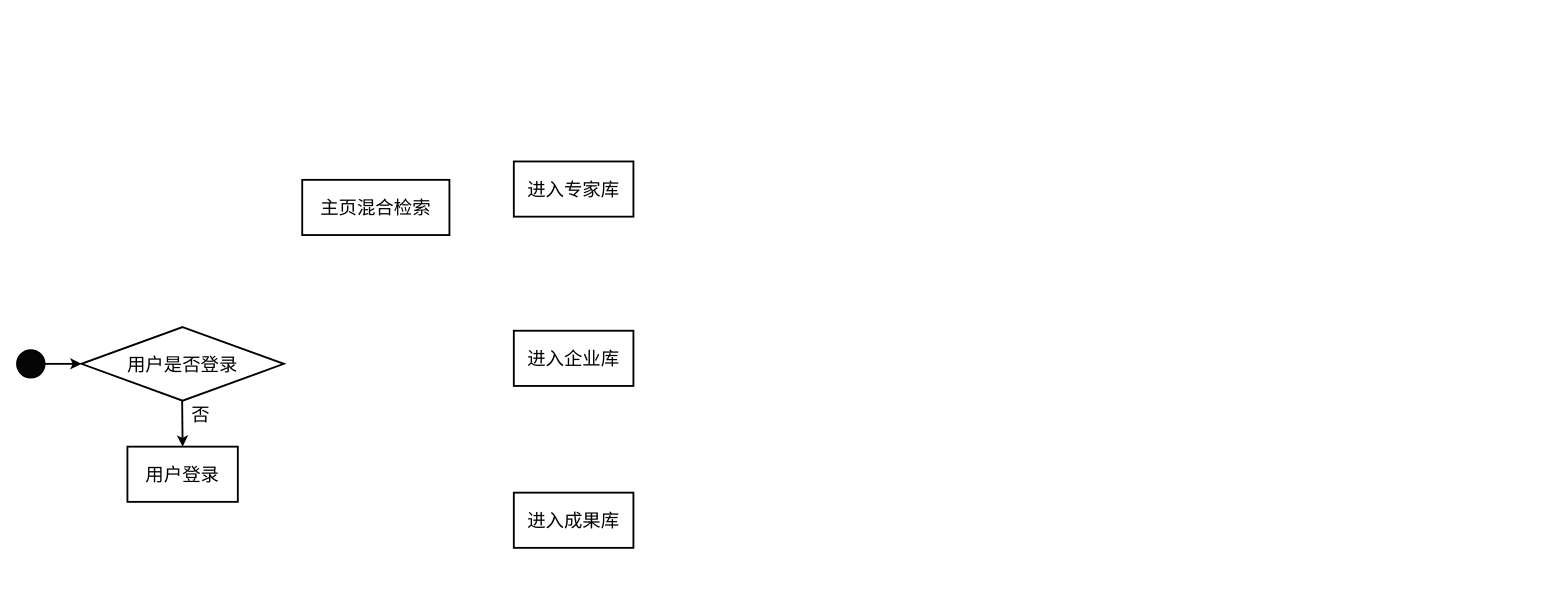
Before: 2024-BUAA-SE/需求规格书/信息检索模块-业务流程.drawio in jongsh/drawio, a draw.io diagram. Source tidied: cells renumbered, new cells numbered last; positions are measured from the earlier drawing's top-left corner, leaving out a move shared by most shapes. Both pictures are drawn from the tidied source at 92%, with x=0, y=0 at pixel (17, 161).
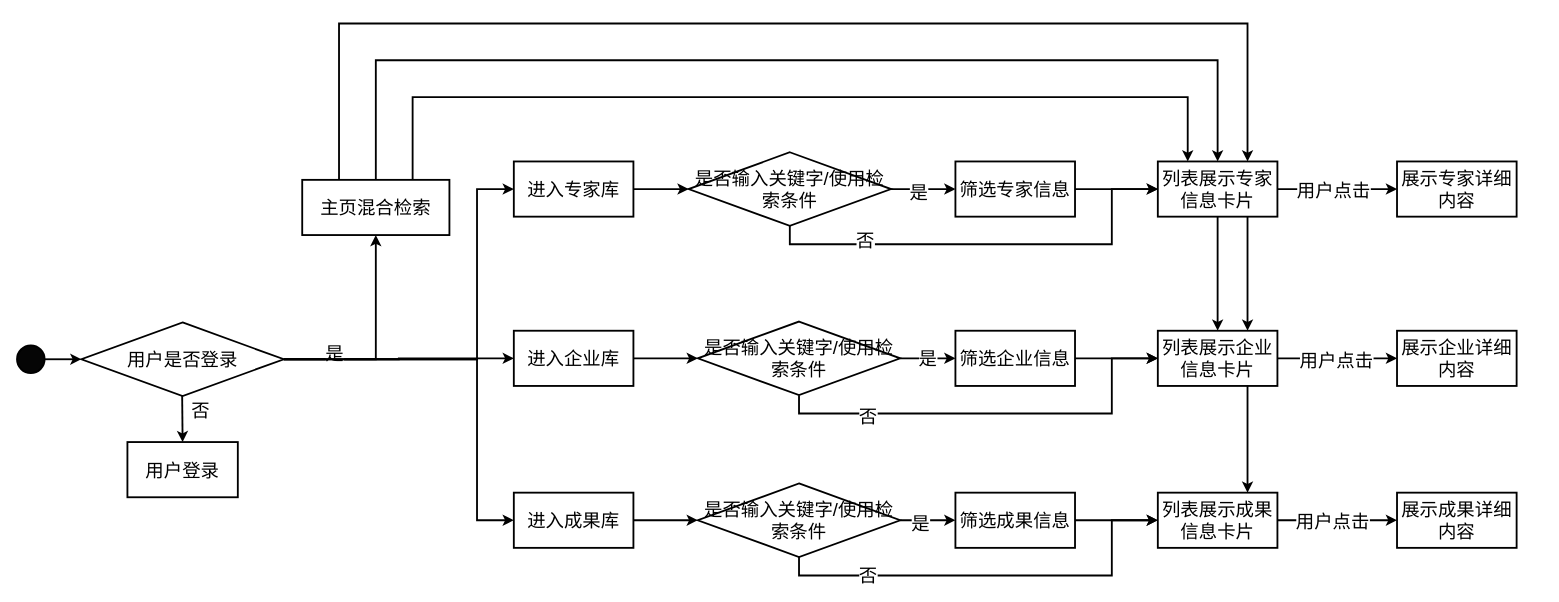
The same diagram, later.

Commit message (it also covers changes not shown here):
更新信息检索模块-业务流程.drawio

What changed in the source:
```diff
@@
-    <mxCell id="2" style="ellipse;whiteSpace=wrap;html=1;fillColor=#050505;strokeWidth=2;" parent="1" vertex="1">
-      <mxGeometry y="205" width="30" height="30" as="geometry" />
+    <mxCell id="2" style="ellipse;whiteSpace=wrap;html=1;fillColor=#050505;strokeWidth=2;fontSize=20;" parent="1" vertex="1">
+      <mxGeometry y="200" width="30" height="30" as="geometry" />
     </mxCell>
+    <mxCell id="17" style="edgeStyle=orthogonalEdgeStyle;rounded=0;jettySize=auto;html=1;exitX=1;exitY=0.5;exitDx=0;exitDy=0;entryX=0;entryY=0.5;entryDx=0;entryDy=0;fontSize=20;strokeWidth=2;" parent="1" edge="1" source="3" target="14">
+      <mxGeometry relative="1" as="geometry" />
+    </mxCell>
+    <mxCell id="18" style="edgeStyle=orthogonalEdgeStyle;rounded=0;jettySize=auto;html=1;exitX=1;exitY=0.5;exitDx=0;exitDy=0;entryX=0.5;entryY=1;entryDx=0;entryDy=0;fontSize=20;strokeWidth=2;" parent="1" edge="1" source="3" target="10">
+      <mxGeometry relative="1" as="geometry" />
+    </mxCell>
+    <mxCell id="19" value="是" style="edgeLabel;html=1;align=center;verticalAlign=middle;fontSize=20;" parent="18" vertex="1">
+      <mxGeometry x="-0.55" y="8" relative="1" as="geometry">
+        <mxPoint x="1" as="offset" />
+      </mxGeometry>
+    </mxCell>
+    <mxCell id="20" style="edgeStyle=orthogonalEdgeStyle;rounded=0;jettySize=auto;html=1;exitX=1;exitY=0.5;exitDx=0;exitDy=0;entryX=0;entryY=0.5;entryDx=0;entryDy=0;fontSize=20;strokeWidth=2;" parent="1" edge="1" source="3" target="16">
+      <mxGeometry relative="1" as="geometry">
+        <Array as="points">
+          <mxPoint x="500" y="215" />
+          <mxPoint x="500" y="390" />
+        </Array>
+      </mxGeometry>
+    </mxCell>
+    <mxCell id="21" style="edgeStyle=orthogonalEdgeStyle;rounded=0;orthogonalLoop=1;jettySize=auto;html=1;exitX=1;exitY=0.5;exitDx=0;exitDy=0;entryX=0;entryY=0.5;entryDx=0;entryDy=0;fontSize=20;strokeWidth=2;" parent="1" edge="1">
+      <mxGeometry relative="1" as="geometry">
+        <mxPoint x="290" y="215" as="sourcePoint" />
+        <mxPoint x="540" y="30" as="targetPoint" />
+        <Array as="points">
+          <mxPoint x="500" y="215" />
+          <mxPoint x="500" y="30" />
+        </Array>
+      </mxGeometry>
+    </mxCell>
-    <mxCell id="3" value="&lt;font style=&quot;font-size: 20px;&quot;&gt;用户是否登录&lt;/font&gt;" style="rhombus;whiteSpace=wrap;html=1;strokeWidth=2;" parent="1" vertex="1">
-      <mxGeometry x="70" y="180" width="220" height="80" as="geometry" />
+    <mxCell id="3" value="&lt;font style=&quot;font-size: 20px;&quot;&gt;用户是否登录&lt;/font&gt;" style="rhombus;whiteSpace=wrap;html=1;strokeWidth=2;fontSize=20;" parent="1" vertex="1">
+      <mxGeometry x="70" y="175" width="220" height="80" as="geometry" />
     </mxCell>
-    <mxCell id="4" style="group;strokeWidth=2;" parent="1" vertex="1">
-      <mxGeometry x="120" y="310" width="120" height="60" as="geometry" />
+    <mxCell id="4" style="group;strokeWidth=2;fontSize=20;" parent="1" vertex="1">
+      <mxGeometry x="120" y="305" width="120" height="60" as="geometry" />
     </mxCell>
-    <mxCell id="5" value="&lt;font style=&quot;font-size: 20px;&quot;&gt;用户登录&lt;/font&gt;" style="rounded=0;whiteSpace=wrap;html=1;strokeWidth=2;" parent="4" vertex="1">
+    <mxCell id="5" value="&lt;font style=&quot;font-size: 20px;&quot;&gt;用户登录&lt;/font&gt;" style="rounded=0;whiteSpace=wrap;html=1;strokeWidth=2;fontSize=20;" parent="4" vertex="1">
       <mxGeometry width="120" height="60" as="geometry" />
     </mxCell>
-    <mxCell id="6" style="endArrow=classic;html=1;rounded=0;entryX=0.5;entryY=0;entryDx=0;entryDy=0;strokeWidth=2;" parent="1" edge="1" target="5">
+    <mxCell id="6" style="endArrow=classic;html=1;rounded=0;entryX=0.5;entryY=0;entryDx=0;entryDy=0;strokeWidth=2;fontSize=20;" parent="1" edge="1" target="5">
       <mxGeometry relative="1" as="geometry">
-        <mxPoint x="179.5" y="260" as="sourcePoint" />
+        <mxPoint x="179.5" y="255" as="sourcePoint" />
       </mxGeometry>
     </mxCell>
-    <mxCell id="7" value="&lt;font style=&quot;font-size: 20px;&quot;&gt;否&lt;/font&gt;" style="text;html=1;align=center;verticalAlign=middle;whiteSpace=wrap;rounded=0;strokeWidth=2;" parent="1" vertex="1">
-      <mxGeometry x="169.5" y="260" width="60" height="30" as="geometry" />
+    <mxCell id="7" value="&lt;font style=&quot;font-size: 20px;&quot;&gt;否&lt;/font&gt;" style="text;html=1;align=center;verticalAlign=middle;whiteSpace=wrap;rounded=0;strokeWidth=2;fontSize=20;" parent="1" vertex="1">
+      <mxGeometry x="169.5" y="255" width="60" height="30" as="geometry" />
     </mxCell>
-    <mxCell id="8" style="endArrow=classic;html=1;rounded=0;exitX=1;exitY=0.5;exitDx=0;exitDy=0;entryX=0;entryY=0.5;entryDx=0;entryDy=0;strokeWidth=2;" parent="1" edge="1" source="2" target="3">
+    <mxCell id="8" style="endArrow=classic;html=1;rounded=0;exitX=1;exitY=0.5;exitDx=0;exitDy=0;entryX=0;entryY=0.5;entryDx=0;entryDy=0;strokeWidth=2;fontSize=20;" parent="1" edge="1" source="2" target="3">
       <mxGeometry relative="1" as="geometry" />
     </mxCell>
-    <mxCell id="9" style="group;strokeWidth=2;" parent="1" vertex="1">
+    <mxCell id="9" style="group;strokeWidth=2;fontSize=20;" parent="1" vertex="1">
       <mxGeometry x="310" y="20" width="160" height="60" as="geometry" />
     </mxCell>
-    <mxCell id="10" value="&lt;font style=&quot;font-size: 20px;&quot;&gt;主页混合检索&lt;/font&gt;" style="rounded=0;whiteSpace=wrap;html=1;strokeWidth=2;" parent="9" vertex="1">
+    <mxCell id="10" value="&lt;font style=&quot;font-size: 20px;&quot;&gt;主页混合检索&lt;/font&gt;" style="rounded=0;whiteSpace=wrap;html=1;strokeWidth=2;fontSize=20;" parent="9" vertex="1">
       <mxGeometry width="160" height="60" as="geometry" />
     </mxCell>
-    <mxCell id="11" style="group;strokeWidth=2;" parent="1" vertex="1">
+    <mxCell id="11" style="group;strokeWidth=2;fontSize=20;" parent="1" vertex="1">
       <mxGeometry x="540" width="160" height="60" as="geometry" />
     </mxCell>
-    <mxCell id="12" value="&lt;font style=&quot;font-size: 20px;&quot;&gt;进入专家库&lt;/font&gt;" style="rounded=0;whiteSpace=wrap;html=1;strokeWidth=2;" parent="11" vertex="1">
+    <mxCell id="12" value="&lt;font style=&quot;font-size: 20px;&quot;&gt;进入专家库&lt;/font&gt;" style="rounded=0;whiteSpace=wrap;html=1;strokeWidth=2;fontSize=20;" parent="11" vertex="1">
       <mxGeometry width="130" height="60" as="geometry" />
     </mxCell>
-    <mxCell id="13" style="group;strokeWidth=2;" parent="1" vertex="1">
+    <mxCell id="13" style="group;strokeWidth=2;fontSize=20;" parent="1" vertex="1">
       <mxGeometry x="540" y="184" width="160" height="60" as="geometry" />
     </mxCell>
-    <mxCell id="14" value="&lt;font style=&quot;font-size: 20px;&quot;&gt;进入企业库&lt;/font&gt;" style="rounded=0;whiteSpace=wrap;html=1;strokeWidth=2;" parent="13" vertex="1">
+    <mxCell id="14" value="&lt;font style=&quot;font-size: 20px;&quot;&gt;进入企业库&lt;/font&gt;" style="rounded=0;whiteSpace=wrap;html=1;strokeWidth=2;fontSize=20;" parent="13" vertex="1">
       <mxGeometry width="130" height="60" as="geometry" />
     </mxCell>
-    <mxCell id="15" style="group;strokeWidth=2;" parent="1" vertex="1">
+    <mxCell id="15" style="group;strokeWidth=2;fontSize=20;" parent="1" vertex="1">
       <mxGeometry x="540" y="360" width="160" height="60" as="geometry" />
     </mxCell>
-    <mxCell id="16" value="&lt;font style=&quot;font-size: 20px;&quot;&gt;进入成果库&lt;/font&gt;" style="rounded=0;whiteSpace=wrap;html=1;strokeWidth=2;" parent="15" vertex="1">
+    <mxCell id="16" value="&lt;font style=&quot;font-size: 20px;&quot;&gt;进入成果库&lt;/font&gt;" style="rounded=0;whiteSpace=wrap;html=1;strokeWidth=2;fontSize=20;" parent="15" vertex="1">
       <mxGeometry width="130" height="60" as="geometry" />
     </mxCell>
+    <mxCell id="22" style="edgeStyle=orthogonalEdgeStyle;rounded=0;jettySize=auto;html=1;exitX=1;exitY=0.5;exitDx=0;exitDy=0;entryX=0;entryY=0.5;entryDx=0;entryDy=0;fontSize=20;strokeWidth=2;" parent="1" edge="1" source="26" target="38">
+      <mxGeometry relative="1" as="geometry" />
+    </mxCell>
+    <mxCell id="23" value="是" style="edgeLabel;html=1;align=center;verticalAlign=middle;fontSize=20;" parent="22" vertex="1">
+      <mxGeometry x="-0.18" y="-2" relative="1" as="geometry" />
+    </mxCell>
+    <mxCell id="24" style="edgeStyle=orthogonalEdgeStyle;rounded=0;jettySize=auto;html=1;exitX=0.5;exitY=1;exitDx=0;exitDy=0;entryX=0;entryY=0.5;entryDx=0;entryDy=0;fontSize=20;strokeWidth=2;" parent="1" edge="1" source="26" target="44">
+      <mxGeometry relative="1" as="geometry">
+        <Array as="points">
+          <mxPoint x="840" y="90" />
+          <mxPoint x="1190" y="90" />
+          <mxPoint x="1190" y="30" />
+        </Array>
+      </mxGeometry>
+    </mxCell>
+    <mxCell id="25" value="否" style="edgeLabel;html=1;align=center;verticalAlign=middle;fontSize=20;" parent="24" vertex="1">
+      <mxGeometry x="-0.58" y="5" relative="1" as="geometry" />
+    </mxCell>
+    <mxCell id="26" value="&lt;font style=&quot;font-size: 20px;&quot;&gt;是否输入关键字/使用检索条件&lt;/font&gt;" style="rhombus;whiteSpace=wrap;html=1;strokeWidth=2;fontSize=20;" parent="1" vertex="1">
+      <mxGeometry x="730" y="-10" width="220" height="80" as="geometry" />
+    </mxCell>
+    <mxCell id="27" style="edgeStyle=orthogonalEdgeStyle;rounded=0;jettySize=auto;html=1;exitX=1;exitY=0.5;exitDx=0;exitDy=0;entryX=0;entryY=0.5;entryDx=0;entryDy=0;fontSize=20;strokeWidth=2;" parent="1" edge="1" source="31" target="40">
+      <mxGeometry relative="1" as="geometry" />
+    </mxCell>
+    <mxCell id="28" value="是" style="edgeLabel;html=1;align=center;verticalAlign=middle;fontSize=20;" parent="27" vertex="1">
+      <mxGeometry x="-0.05" y="1" relative="1" as="geometry" />
+    </mxCell>
+    <mxCell id="29" style="edgeStyle=orthogonalEdgeStyle;rounded=0;jettySize=auto;html=1;exitX=0.5;exitY=1;exitDx=0;exitDy=0;entryX=0;entryY=0.5;entryDx=0;entryDy=0;fontSize=20;strokeWidth=2;" parent="1" edge="1" source="31" target="46">
+      <mxGeometry relative="1" as="geometry">
+        <Array as="points">
+          <mxPoint x="850" y="274" />
+          <mxPoint x="1190" y="274" />
+          <mxPoint x="1190" y="214" />
+        </Array>
+      </mxGeometry>
+    </mxCell>
+    <mxCell id="30" value="否" style="edgeLabel;html=1;align=center;verticalAlign=middle;fontSize=20;" parent="29" vertex="1">
+      <mxGeometry x="-0.6" y="-2" relative="1" as="geometry" />
+    </mxCell>
+    <mxCell id="31" value="&lt;font style=&quot;font-size: 20px;&quot;&gt;是否输入关键字/使用检索条件&lt;/font&gt;" style="rhombus;whiteSpace=wrap;html=1;strokeWidth=2;fontSize=20;" parent="1" vertex="1">
+      <mxGeometry x="740" y="174" width="220" height="80" as="geometry" />
+    </mxCell>
+    <mxCell id="32" style="edgeStyle=orthogonalEdgeStyle;rounded=0;jettySize=auto;html=1;exitX=1;exitY=0.5;exitDx=0;exitDy=0;entryX=0;entryY=0.5;entryDx=0;entryDy=0;fontSize=20;strokeWidth=2;" parent="1" edge="1" source="36" target="42">
+      <mxGeometry relative="1" as="geometry" />
+    </mxCell>
+    <mxCell id="33" value="是" style="edgeLabel;html=1;align=center;verticalAlign=middle;fontSize=20;" parent="32" vertex="1">
+      <mxGeometry x="-0.29" y="-2" relative="1" as="geometry" />
+    </mxCell>
+    <mxCell id="34" style="edgeStyle=orthogonalEdgeStyle;rounded=0;jettySize=auto;html=1;exitX=0.5;exitY=1;exitDx=0;exitDy=0;entryX=0;entryY=0.5;entryDx=0;entryDy=0;fontSize=20;strokeWidth=2;" parent="1" edge="1" source="36" target="48">
+      <mxGeometry relative="1" as="geometry">
+        <Array as="points">
+          <mxPoint x="850" y="450" />
+          <mxPoint x="1190" y="450" />
+          <mxPoint x="1190" y="390" />
+        </Array>
+      </mxGeometry>
+    </mxCell>
+    <mxCell id="35" value="否" style="edgeLabel;html=1;align=center;verticalAlign=middle;fontSize=20;" parent="34" vertex="1">
+      <mxGeometry x="-0.6" y="1" relative="1" as="geometry" />
+    </mxCell>
+    <mxCell id="36" value="&lt;font style=&quot;font-size: 20px;&quot;&gt;是否输入关键字/使用检索条件&lt;/font&gt;" style="rhombus;whiteSpace=wrap;html=1;strokeWidth=2;fontSize=20;" parent="1" vertex="1">
+      <mxGeometry x="740" y="350" width="220" height="80" as="geometry" />
+    </mxCell>
+    <mxCell id="37" style="group;strokeWidth=2;fontSize=20;" parent="1" vertex="1">
+      <mxGeometry x="1020" width="160" height="60" as="geometry" />
+    </mxCell>
+    <mxCell id="38" value="&lt;font style=&quot;font-size: 20px;&quot;&gt;筛选专家信息&lt;/font&gt;" style="rounded=0;whiteSpace=wrap;html=1;strokeWidth=2;fontSize=20;" parent="37" vertex="1">
+      <mxGeometry width="130" height="60" as="geometry" />
+    </mxCell>
+    <mxCell id="39" style="group;strokeWidth=2;fontSize=20;" parent="1" vertex="1">
+      <mxGeometry x="1020" y="184" width="160" height="60" as="geometry" />
+    </mxCell>
+    <mxCell id="40" value="&lt;font style=&quot;font-size: 20px;&quot;&gt;筛选企业信息&lt;/font&gt;" style="rounded=0;whiteSpace=wrap;html=1;strokeWidth=2;fontSize=20;" parent="39" vertex="1">
+      <mxGeometry width="130" height="60" as="geometry" />
+    </mxCell>
+    <mxCell id="41" style="group;strokeWidth=2;fontSize=20;" parent="1" vertex="1">
+      <mxGeometry x="1020" y="360" width="160" height="60" as="geometry" />
+    </mxCell>
+    <mxCell id="42" value="&lt;font style=&quot;font-size: 20px;&quot;&gt;筛选成果信息&lt;/font&gt;" style="rounded=0;whiteSpace=wrap;html=1;strokeWidth=2;fontSize=20;" parent="41" vertex="1">
+      <mxGeometry width="130" height="60" as="geometry" />
+    </mxCell>
+    <mxCell id="43" style="group;strokeWidth=2;fontSize=20;" parent="1" vertex="1">
+      <mxGeometry x="1240" width="160" height="60" as="geometry" />
+    </mxCell>
+    <mxCell id="44" value="&lt;font style=&quot;font-size: 20px;&quot;&gt;列表展示专家信息卡片&lt;/font&gt;" style="rounded=0;whiteSpace=wrap;html=1;strokeWidth=2;fontSize=20;" parent="43" vertex="1">
+      <mxGeometry width="130" height="60" as="geometry" />
+    </mxCell>
+    <mxCell id="45" style="group;strokeWidth=2;fontSize=20;" parent="1" vertex="1">
+      <mxGeometry x="1240" y="184" width="160" height="60" as="geometry" />
+    </mxCell>
+    <mxCell id="46" value="&lt;font style=&quot;font-size: 20px;&quot;&gt;列表展示企业信息卡片&lt;/font&gt;" style="rounded=0;whiteSpace=wrap;html=1;strokeWidth=2;fontSize=20;" parent="45" vertex="1">
+      <mxGeometry width="130" height="60" as="geometry" />
+    </mxCell>
+    <mxCell id="47" style="group;strokeWidth=2;fontSize=20;" parent="1" vertex="1">
+      <mxGeometry x="1240" y="360" width="160" height="60" as="geometry" />
+    </mxCell>
+    <mxCell id="48" value="&lt;font style=&quot;font-size: 20px;&quot;&gt;列表展示成果信息卡片&lt;/font&gt;" style="rounded=0;whiteSpace=wrap;html=1;strokeWidth=2;fontSize=20;" parent="47" vertex="1">
+      <mxGeometry width="130" height="60" as="geometry" />
+    </mxCell>
+    <mxCell id="49" style="group;strokeWidth=2;fontSize=20;" parent="1" vertex="1">
+      <mxGeometry x="1500" width="160" height="60" as="geometry" />
+    </mxCell>
+    <mxCell id="50" value="&lt;font style=&quot;font-size: 20px;&quot;&gt;展示专家详细内容&lt;/font&gt;" style="rounded=0;whiteSpace=wrap;html=1;strokeWidth=2;fontSize=20;" parent="49" vertex="1">
+      <mxGeometry width="130" height="60" as="geometry" />
+    </mxCell>
+    <mxCell id="51" style="group;strokeWidth=2;fontSize=20;" parent="1" vertex="1">
+      <mxGeometry x="1500" y="184" width="160" height="60" as="geometry" />
+    </mxCell>
+    <mxCell id="52" value="&lt;font style=&quot;font-size: 20px;&quot;&gt;展示企业详细内容&lt;/font&gt;" style="rounded=0;whiteSpace=wrap;html=1;strokeWidth=2;fontSize=20;" parent="51" vertex="1">
+      <mxGeometry width="130" height="60" as="geometry" />
+    </mxCell>
+    <mxCell id="53" style="group;strokeWidth=2;fontSize=20;" parent="1" vertex="1">
+      <mxGeometry x="1500" y="360" width="160" height="60" as="geometry" />
+    </mxCell>
+    <mxCell id="54" value="&lt;font style=&quot;font-size: 20px;&quot;&gt;展示成果详细内容&lt;/font&gt;" style="rounded=0;whiteSpace=wrap;html=1;strokeWidth=2;fontSize=20;" parent="53" vertex="1">
+      <mxGeometry width="130" height="60" as="geometry" />
+    </mxCell>
+    <mxCell id="55" style="edgeStyle=orthogonalEdgeStyle;rounded=0;jettySize=auto;html=1;exitX=1;exitY=0.5;exitDx=0;exitDy=0;entryX=0;entryY=0.5;entryDx=0;entryDy=0;fontSize=20;strokeWidth=2;" parent="1" edge="1" source="12" target="26">
+      <mxGeometry relative="1" as="geometry" />
+    </mxCell>
+    <mxCell id="56" style="edgeStyle=orthogonalEdgeStyle;rounded=0;jettySize=auto;html=1;exitX=1;exitY=0.5;exitDx=0;exitDy=0;entryX=0;entryY=0.5;entryDx=0;entryDy=0;fontSize=20;strokeWidth=2;" parent="1" edge="1" source="14" target="31">
+      <mxGeometry relative="1" as="geometry" />
+    </mxCell>
+    <mxCell id="57" style="edgeStyle=orthogonalEdgeStyle;rounded=0;jettySize=auto;html=1;exitX=1;exitY=0.5;exitDx=0;exitDy=0;entryX=0;entryY=0.5;entryDx=0;entryDy=0;fontSize=20;strokeWidth=2;" parent="1" edge="1" source="38" target="44">
+      <mxGeometry relative="1" as="geometry" />
+    </mxCell>
+    <mxCell id="58" style="edgeStyle=orthogonalEdgeStyle;rounded=0;jettySize=auto;html=1;exitX=1;exitY=0.5;exitDx=0;exitDy=0;entryX=0;entryY=0.5;entryDx=0;entryDy=0;fontSize=20;strokeWidth=2;" parent="1" edge="1" source="16" target="36">
+      <mxGeometry relative="1" as="geometry" />
+    </mxCell>
+    <mxCell id="59" style="edgeStyle=orthogonalEdgeStyle;rounded=0;jettySize=auto;html=1;exitX=1;exitY=0.5;exitDx=0;exitDy=0;entryX=0;entryY=0.5;entryDx=0;entryDy=0;fontSize=20;strokeWidth=2;" parent="1" edge="1" source="42" target="48">
+      <mxGeometry relative="1" as="geometry" />
+    </mxCell>
+    <mxCell id="60" style="edgeStyle=orthogonalEdgeStyle;rounded=0;jettySize=auto;html=1;exitX=1;exitY=0.5;exitDx=0;exitDy=0;entryX=0;entryY=0.5;entryDx=0;entryDy=0;fontSize=20;strokeWidth=2;" parent="1" edge="1" source="40" target="46">
+      <mxGeometry relative="1" as="geometry" />
+    </mxCell>
+    <mxCell id="61" style="edgeStyle=orthogonalEdgeStyle;rounded=0;jettySize=auto;html=1;exitX=0.5;exitY=1;exitDx=0;exitDy=0;entryX=0.5;entryY=0;entryDx=0;entryDy=0;fontSize=20;strokeWidth=2;" parent="1" edge="1" source="44" target="46">
+      <mxGeometry relative="1" as="geometry" />
+    </mxCell>
+    <mxCell id="62" style="edgeStyle=orthogonalEdgeStyle;rounded=0;jettySize=auto;html=1;exitX=0.75;exitY=1;exitDx=0;exitDy=0;entryX=0.75;entryY=0;entryDx=0;entryDy=0;fontSize=20;strokeWidth=2;" parent="1" edge="1" source="44" target="46">
+      <mxGeometry relative="1" as="geometry" />
+    </mxCell>
+    <mxCell id="63" style="edgeStyle=orthogonalEdgeStyle;rounded=0;jettySize=auto;html=1;exitX=0.75;exitY=1;exitDx=0;exitDy=0;entryX=0.75;entryY=0;entryDx=0;entryDy=0;fontSize=20;strokeWidth=2;" parent="1" edge="1" source="46" target="48">
+      <mxGeometry relative="1" as="geometry" />
+    </mxCell>
+    <mxCell id="64" style="edgeStyle=orthogonalEdgeStyle;rounded=0;jettySize=auto;html=1;exitX=1;exitY=0.5;exitDx=0;exitDy=0;entryX=0;entryY=0.5;entryDx=0;entryDy=0;fontSize=20;strokeWidth=2;" parent="1" edge="1" source="44" target="50">
+      <mxGeometry relative="1" as="geometry" />
+    </mxCell>
+    <mxCell id="65" value="用户点击" style="edgeLabel;html=1;align=center;verticalAlign=middle;fontSize=20;" parent="64" vertex="1">
+      <mxGeometry x="-0.08" relative="1" as="geometry" />
+    </mxCell>
+    <mxCell id="66" style="edgeStyle=orthogonalEdgeStyle;rounded=0;jettySize=auto;html=1;exitX=1;exitY=0.5;exitDx=0;exitDy=0;entryX=0;entryY=0.5;entryDx=0;entryDy=0;fontSize=20;strokeWidth=2;" parent="1" edge="1" source="46" target="52">
+      <mxGeometry relative="1" as="geometry" />
+    </mxCell>
+    <mxCell id="67" value="用户点击" style="edgeLabel;html=1;align=center;verticalAlign=middle;fontSize=20;" parent="66" vertex="1">
+      <mxGeometry x="-0.03" y="-1" relative="1" as="geometry" />
+    </mxCell>
+    <mxCell id="68" style="edgeStyle=orthogonalEdgeStyle;rounded=0;jettySize=auto;html=1;exitX=1;exitY=0.5;exitDx=0;exitDy=0;entryX=0;entryY=0.5;entryDx=0;entryDy=0;fontSize=20;strokeWidth=2;" parent="1" edge="1" source="48" target="54">
+      <mxGeometry relative="1" as="geometry" />
+    </mxCell>
+    <mxCell id="69" value="用户点击" style="edgeLabel;html=1;align=center;verticalAlign=middle;fontSize=20;" parent="68" vertex="1">
+      <mxGeometry x="-0.1" relative="1" as="geometry" />
+    </mxCell>
+    <mxCell id="70" style="edgeStyle=orthogonalEdgeStyle;rounded=0;jettySize=auto;html=1;exitX=0.5;exitY=0;exitDx=0;exitDy=0;entryX=0.5;entryY=0;entryDx=0;entryDy=0;fontSize=20;strokeWidth=2;" parent="1" edge="1" source="10" target="44">
+      <mxGeometry relative="1" as="geometry">
+        <Array as="points">
+          <mxPoint x="390" y="-110" />
+          <mxPoint x="1305" y="-110" />
+        </Array>
+      </mxGeometry>
+    </mxCell>
+    <mxCell id="71" style="edgeStyle=orthogonalEdgeStyle;rounded=0;jettySize=auto;html=1;exitX=0.75;exitY=0;exitDx=0;exitDy=0;entryX=0.25;entryY=0;entryDx=0;entryDy=0;fontSize=20;strokeWidth=2;" parent="1" edge="1" source="10" target="44">
+      <mxGeometry relative="1" as="geometry">
+        <Array as="points">
+          <mxPoint x="430" y="-70" />
+          <mxPoint x="1273" y="-70" />
+        </Array>
+      </mxGeometry>
+    </mxCell>
+    <mxCell id="72" style="edgeStyle=orthogonalEdgeStyle;rounded=0;jettySize=auto;html=1;exitX=0.25;exitY=0;exitDx=0;exitDy=0;entryX=0.75;entryY=0;entryDx=0;entryDy=0;fontSize=20;strokeWidth=2;" parent="1" edge="1" source="10" target="44">
+      <mxGeometry relative="1" as="geometry">
+        <Array as="points">
+          <mxPoint x="350" y="-150" />
+          <mxPoint x="1338" y="-150" />
+        </Array>
+      </mxGeometry>
+    </mxCell>
```
